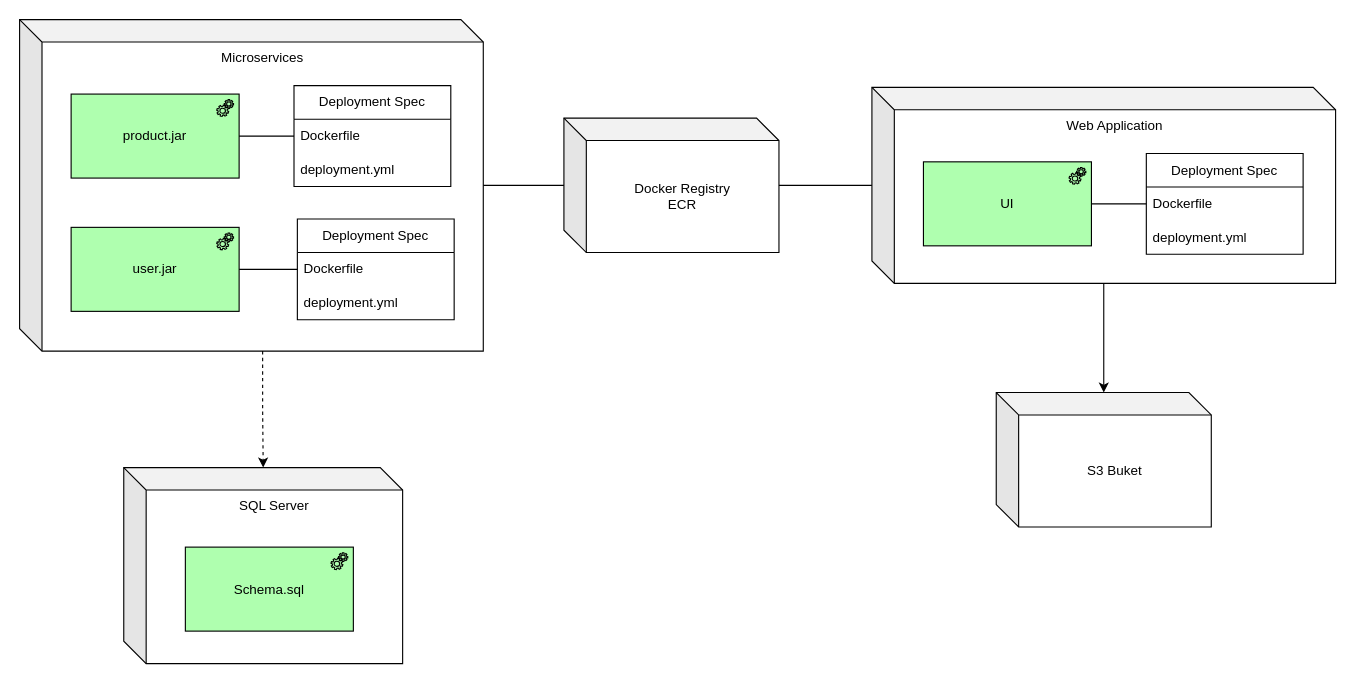
Above: page "deployment" (2 of 7) of poc-tracker/01.overall.architecture.drawio in codegik/architecture (draw.io), before the change. Source tidied: cells renumbered, new cells numbered last; positions are measured from the earlier drawing's top-left corner, leaving out a move shared by most shapes. Both pictures are drawn from the tidied source at 112%, with x=0, y=0 at pixel (19, 19).
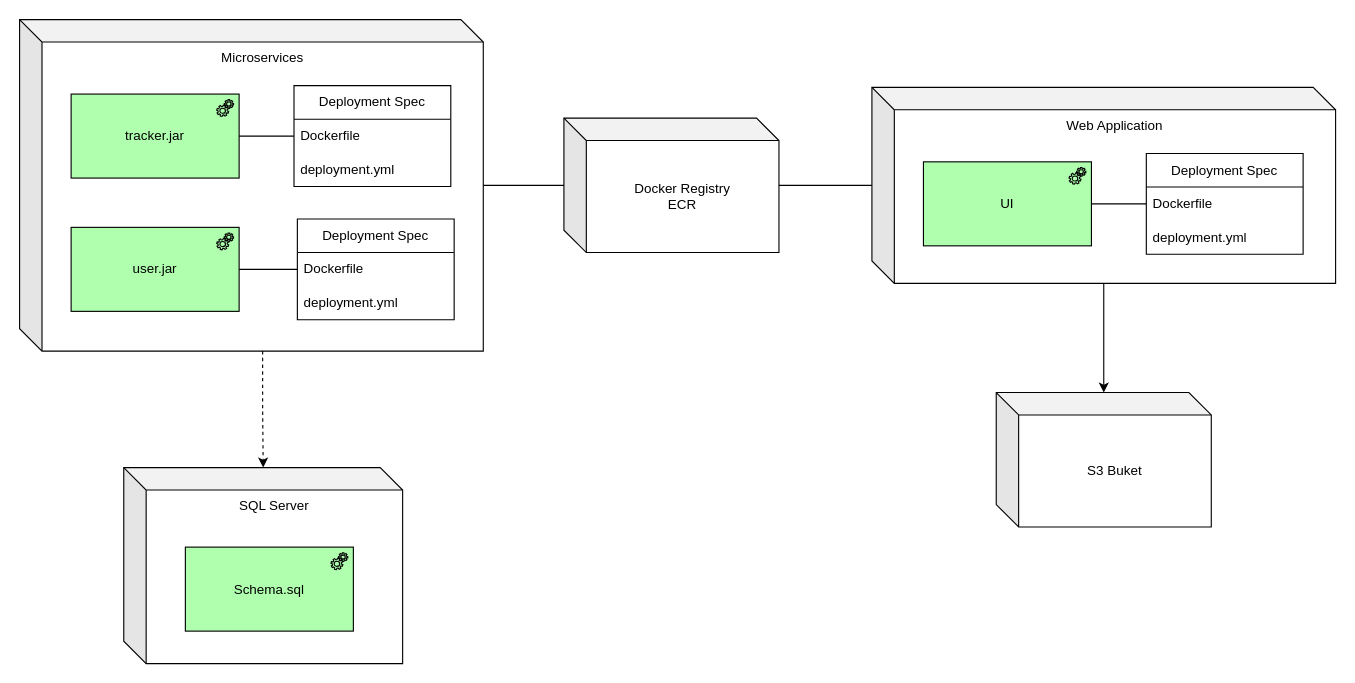
Above is the later version.

What changed in the source:
```diff
@@
-    <mxCell id="4" value="product.jar" style="html=1;outlineConnect=0;whiteSpace=wrap;fillColor=#AFFFAF;shape=mxgraph.archimate3.application;appType=equipment;archiType=square;" parent="1" vertex="1">
+    <mxCell id="4" value="tracker.jar" style="html=1;outlineConnect=0;whiteSpace=wrap;fillColor=#AFFFAF;shape=mxgraph.archimate3.application;appType=equipment;archiType=square;" parent="1" vertex="1">
       <mxGeometry x="46" y="66.5" width="150" height="75" as="geometry" />
     </mxCell>
```
